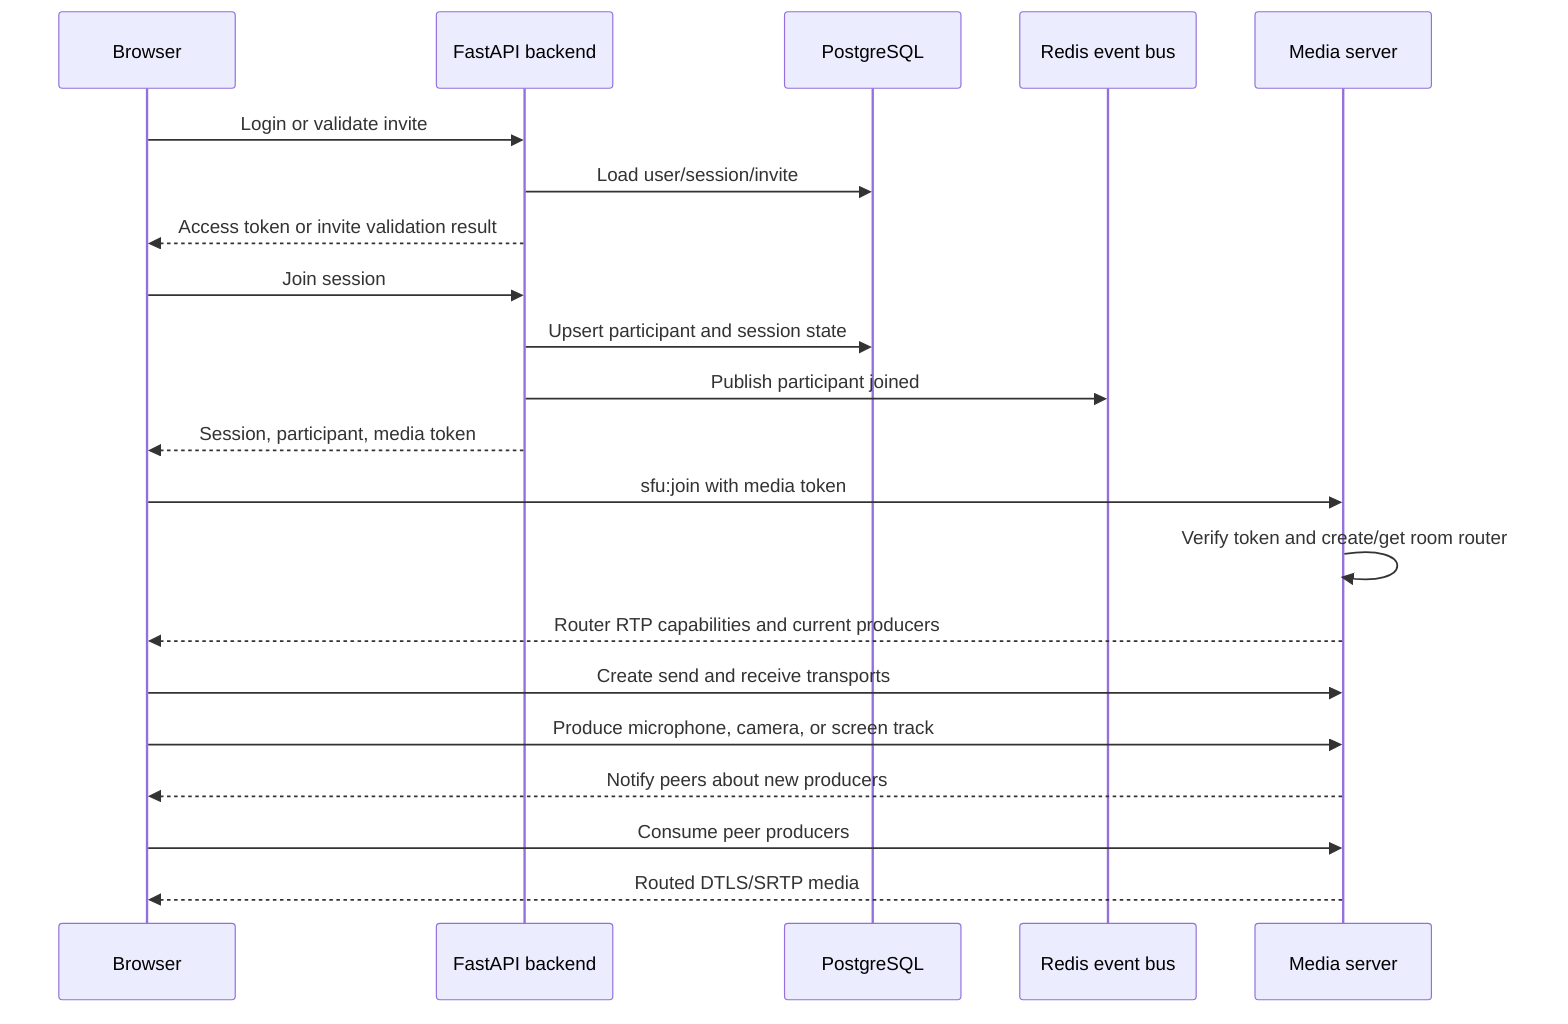
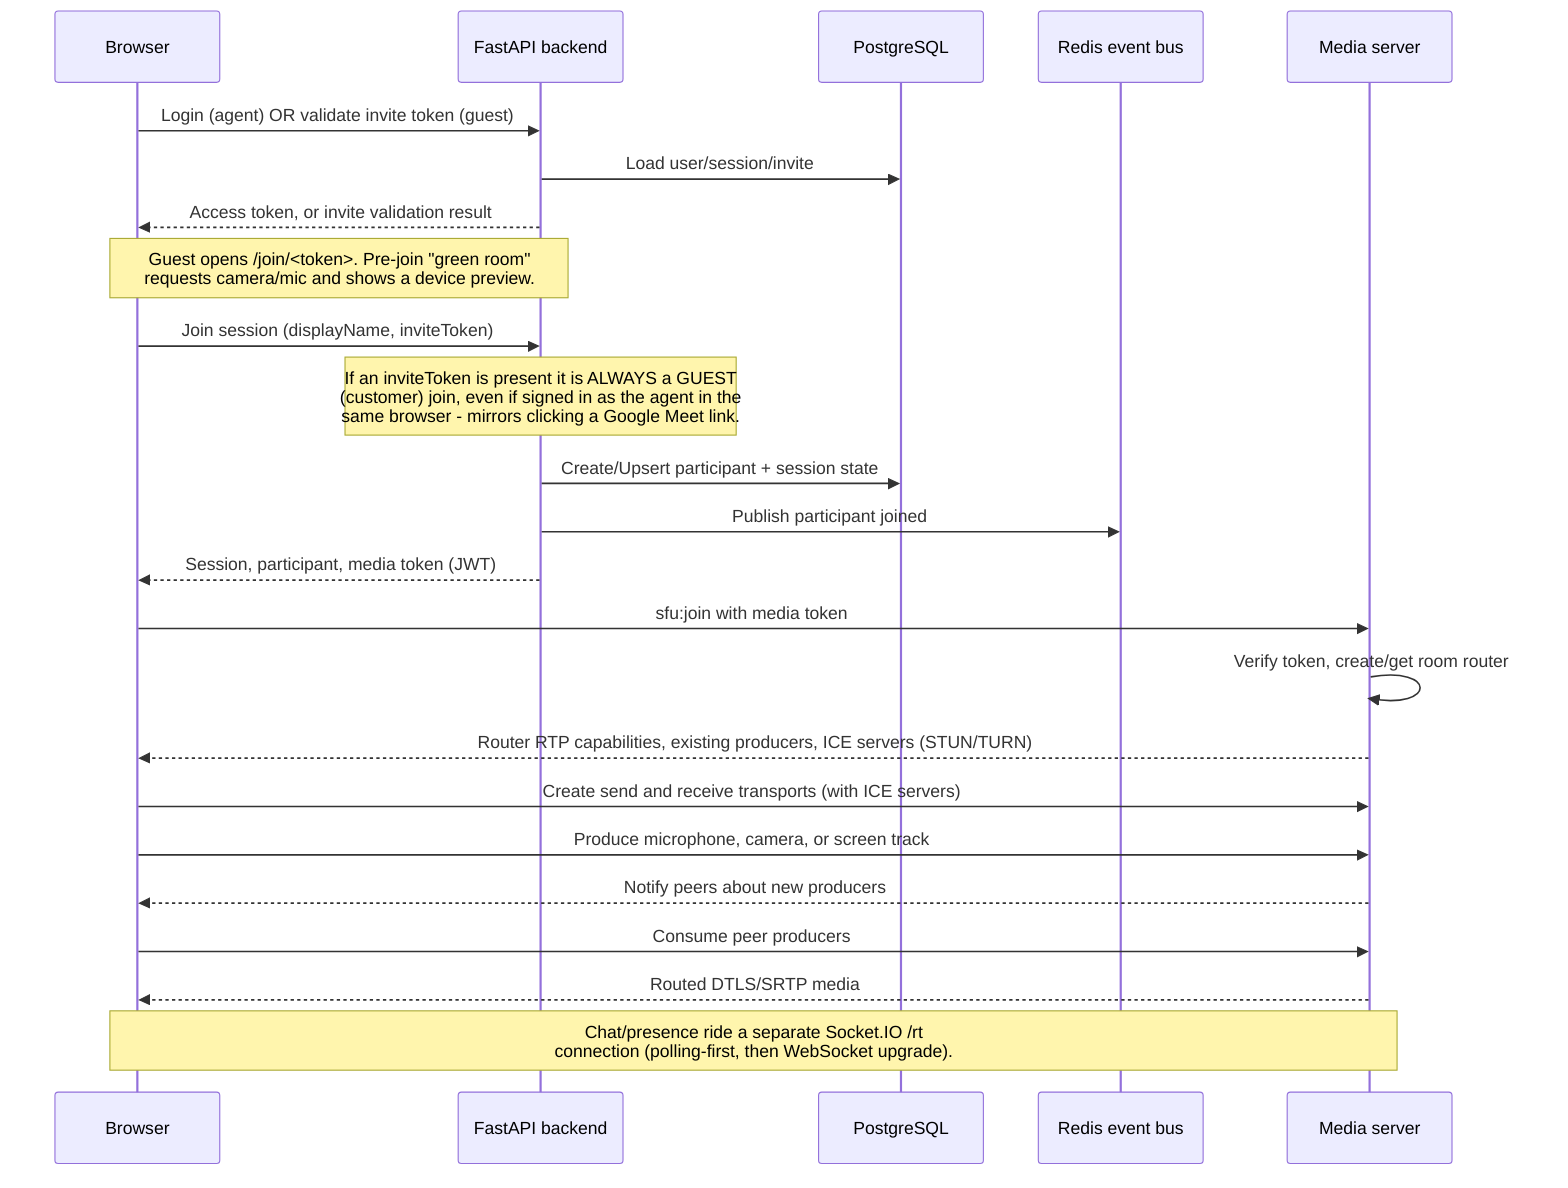
﻿sequenceDiagram
  participant B as Browser
  participant API as FastAPI backend
  participant DB as PostgreSQL
  participant R as Redis event bus
  participant SFU as Media server

-   B->>API: Login or validate invite
+   B->>API: Login (agent) OR validate invite token (guest)
  API->>DB: Load user/session/invite
-   API-->>B: Access token or invite validation result
-   B->>API: Join session
-   API->>DB: Upsert participant and session state
+   API-->>B: Access token, or invite validation result
+   Note over B,API: Guest opens /join/<token>. Pre-join "green room"<br/>requests camera/mic and shows a device preview.
+   B->>API: Join session (displayName, inviteToken)
+   Note over API: If an inviteToken is present it is ALWAYS a GUEST<br/>(customer) join, even if signed in as the agent in the<br/>same browser - mirrors clicking a Google Meet link.
+   API->>DB: Create/Upsert participant + session state
  API->>R: Publish participant joined
-   API-->>B: Session, participant, media token
+   API-->>B: Session, participant, media token (JWT)
  B->>SFU: sfu:join with media token
-   SFU->>SFU: Verify token and create/get room router
-   SFU-->>B: Router RTP capabilities and current producers
-   B->>SFU: Create send and receive transports
+   SFU->>SFU: Verify token, create/get room router
+   SFU-->>B: Router RTP capabilities, existing producers, ICE servers (STUN/TURN)
+   B->>SFU: Create send and receive transports (with ICE servers)
  B->>SFU: Produce microphone, camera, or screen track
  SFU-->>B: Notify peers about new producers
  B->>SFU: Consume peer producers
  SFU-->>B: Routed DTLS/SRTP media
+   Note over B,SFU: Chat/presence ride a separate Socket.IO /rt<br/>connection (polling-first, then WebSocket upgrade).
